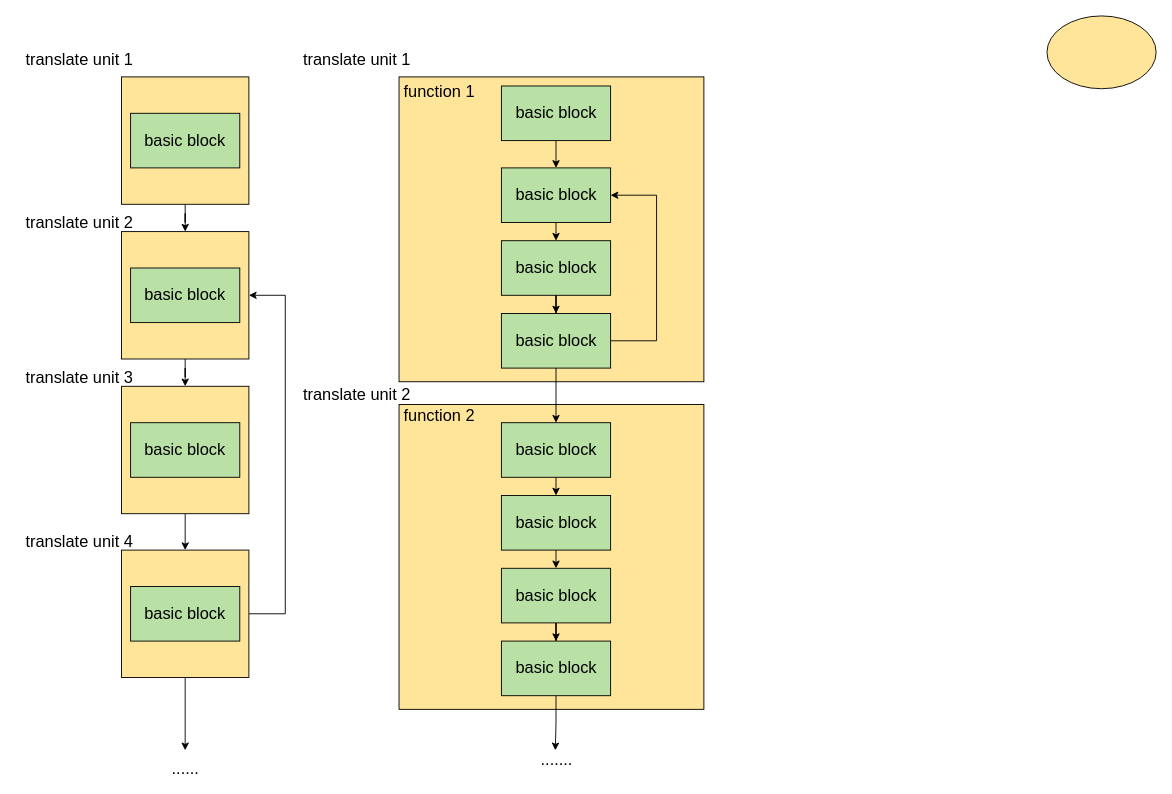
Before: page "Page-3" (3 of 29) of lajit.drawio in ganjue66da/ganjue66da, a draw.io diagram. Source tidied: cells renumbered, new cells numbered last; positions are measured from the earlier drawing's top-left corner, leaving out a move shared by most shapes. Both pictures are drawn from the tidied source at 91%, with x=0, y=0 at pixel (15, 15).
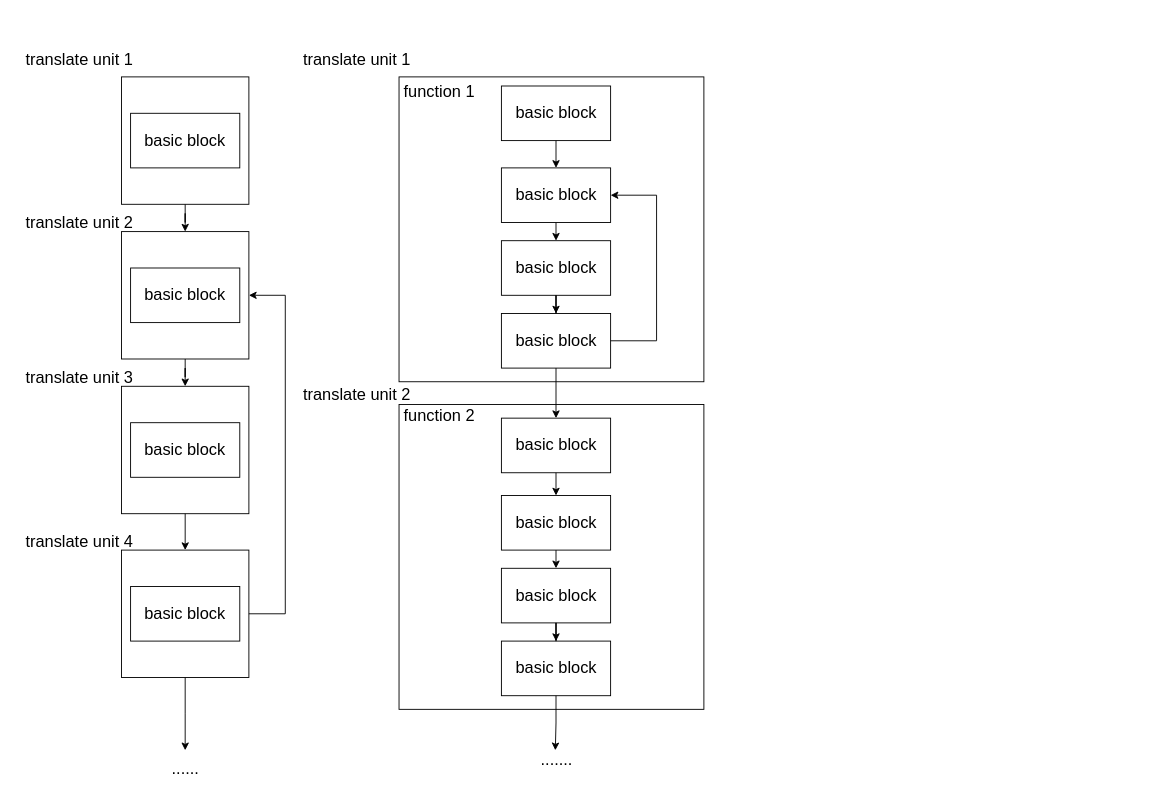
After the change.

The edit, as a diff of the source:
```diff
@@
-    <mxCell id="3" style="whiteSpace=wrap;html=1;fillColor=#FFE599;" parent="1" vertex="1">
+    <mxCell id="3" style="whiteSpace=wrap;html=1;fillColor=none;" parent="1" vertex="1">
       <mxGeometry x="116" y="67" width="140" height="140" as="geometry" />
     </mxCell>
@@
-    <mxCell id="5" value="&lt;font style=&quot;font-size: 18px&quot;&gt;basic block&lt;/font&gt;" style="rounded=0;whiteSpace=wrap;html=1;fillColor=#B9E0A5;" parent="1" vertex="1">
+    <mxCell id="5" value="&lt;font style=&quot;font-size: 18px&quot;&gt;basic block&lt;/font&gt;" style="rounded=0;whiteSpace=wrap;html=1;fillColor=none;" parent="1" vertex="1">
       <mxGeometry x="126" y="107" width="120" height="60" as="geometry" />
     </mxCell>
@@
-    <mxCell id="7" style="whiteSpace=wrap;html=1;fillColor=#FFE599;" parent="1" vertex="1">
+    <mxCell id="7" style="whiteSpace=wrap;html=1;fillColor=none;" parent="1" vertex="1">
       <mxGeometry x="116" y="237" width="140" height="140" as="geometry" />
     </mxCell>
-    <mxCell id="8" value="&lt;font style=&quot;font-size: 18px&quot;&gt;basic block&lt;/font&gt;" style="rounded=0;whiteSpace=wrap;html=1;fillColor=#B9E0A5;" parent="1" vertex="1">
+    <mxCell id="8" value="&lt;font style=&quot;font-size: 18px&quot;&gt;basic block&lt;/font&gt;" style="rounded=0;whiteSpace=wrap;html=1;fillColor=none;" parent="1" vertex="1">
       <mxGeometry x="126" y="277" width="120" height="60" as="geometry" />
     </mxCell>
@@
-    <mxCell id="10" style="whiteSpace=wrap;html=1;fillColor=#FFE599;" parent="1" vertex="1">
+    <mxCell id="10" style="whiteSpace=wrap;html=1;fillColor=none;" parent="1" vertex="1">
       <mxGeometry x="116" y="407" width="140" height="140" as="geometry" />
     </mxCell>
-    <mxCell id="11" value="&lt;font style=&quot;font-size: 18px&quot;&gt;basic block&lt;/font&gt;" style="rounded=0;whiteSpace=wrap;html=1;fillColor=#B9E0A5;" parent="1" vertex="1">
+    <mxCell id="11" value="&lt;font style=&quot;font-size: 18px&quot;&gt;basic block&lt;/font&gt;" style="rounded=0;whiteSpace=wrap;html=1;fillColor=none;" parent="1" vertex="1">
       <mxGeometry x="126" y="447" width="120" height="60" as="geometry" />
     </mxCell>
@@
-    <mxCell id="14" style="whiteSpace=wrap;html=1;fillColor=#FFE599;" parent="1" vertex="1">
+    <mxCell id="14" style="whiteSpace=wrap;html=1;fillColor=none;" parent="1" vertex="1">
       <mxGeometry x="116" y="587" width="140" height="140" as="geometry" />
     </mxCell>
-    <mxCell id="15" value="&lt;font style=&quot;font-size: 18px&quot;&gt;basic block&lt;/font&gt;" style="rounded=0;whiteSpace=wrap;html=1;fillColor=#B9E0A5;" parent="1" vertex="1">
+    <mxCell id="15" value="&lt;font style=&quot;font-size: 18px&quot;&gt;basic block&lt;/font&gt;" style="rounded=0;whiteSpace=wrap;html=1;fillColor=none;" parent="1" vertex="1">
       <mxGeometry x="126" y="627" width="120" height="60" as="geometry" />
     </mxCell>
@@
-    <mxCell id="20" style="whiteSpace=wrap;html=1;fillColor=#FFE599;" parent="1" vertex="1">
+    <mxCell id="20" style="whiteSpace=wrap;html=1;fillColor=none;" parent="1" vertex="1">
       <mxGeometry x="421" y="67" width="335" height="335" as="geometry" />
     </mxCell>
@@
-    <mxCell id="22" value="&lt;font style=&quot;font-size: 18px&quot;&gt;basic block&lt;/font&gt;" style="rounded=0;whiteSpace=wrap;html=1;fillColor=#B9E0A5;" parent="1" vertex="1">
+    <mxCell id="22" value="&lt;font style=&quot;font-size: 18px&quot;&gt;basic block&lt;/font&gt;" style="rounded=0;whiteSpace=wrap;html=1;fillColor=none;" parent="1" vertex="1">
       <mxGeometry x="533.5" y="77" width="120" height="60" as="geometry" />
     </mxCell>
@@
-    <mxCell id="24" value="&lt;font style=&quot;font-size: 18px&quot;&gt;basic block&lt;/font&gt;" style="rounded=0;whiteSpace=wrap;html=1;fillColor=#B9E0A5;" parent="1" vertex="1">
+    <mxCell id="24" value="&lt;font style=&quot;font-size: 18px&quot;&gt;basic block&lt;/font&gt;" style="rounded=0;whiteSpace=wrap;html=1;fillColor=none;" parent="1" vertex="1">
       <mxGeometry x="533.5" y="167" width="120" height="60" as="geometry" />
     </mxCell>
@@
-    <mxCell id="26" value="&lt;font style=&quot;font-size: 18px&quot;&gt;basic block&lt;/font&gt;" style="rounded=0;whiteSpace=wrap;html=1;fillColor=#B9E0A5;" parent="1" vertex="1">
+    <mxCell id="26" value="&lt;font style=&quot;font-size: 18px&quot;&gt;basic block&lt;/font&gt;" style="rounded=0;whiteSpace=wrap;html=1;fillColor=none;" parent="1" vertex="1">
       <mxGeometry x="533.5" y="247" width="120" height="60" as="geometry" />
     </mxCell>
@@
-    <mxCell id="28" value="&lt;font style=&quot;font-size: 18px&quot;&gt;basic block&lt;/font&gt;" style="rounded=0;whiteSpace=wrap;html=1;fillColor=#B9E0A5;" parent="1" vertex="1">
+    <mxCell id="28" value="&lt;font style=&quot;font-size: 18px&quot;&gt;basic block&lt;/font&gt;" style="rounded=0;whiteSpace=wrap;html=1;fillColor=none;" parent="1" vertex="1">
       <mxGeometry x="533.5" y="327" width="120" height="60" as="geometry" />
     </mxCell>
-    <mxCell id="29" style="whiteSpace=wrap;html=1;fillColor=#FFE599;" parent="1" vertex="1">
+    <mxCell id="29" style="whiteSpace=wrap;html=1;fillColor=none;" parent="1" vertex="1">
       <mxGeometry x="421" y="427" width="335" height="335" as="geometry" />
     </mxCell>
@@
-    <mxCell id="31" style="edgeStyle=orthogonalEdgeStyle;rounded=0;jettySize=auto;html=1;exitX=0.5;exitY=0;exitDx=0;exitDy=0;" parent="1" edge="1" source="32">
-      <mxGeometry relative="1" as="geometry">
-        <mxPoint x="593.5" y="482" as="targetPoint" />
-      </mxGeometry>
-    </mxCell>
-    <mxCell id="32" value="&lt;font style=&quot;font-size: 18px&quot;&gt;basic block&lt;/font&gt;" style="rounded=0;whiteSpace=wrap;html=1;fillColor=#B9E0A5;" parent="1" vertex="1">
-      <mxGeometry x="533.5" y="447" width="120" height="60" as="geometry" />
+    <mxCell id="32" value="&lt;font style=&quot;font-size: 18px&quot;&gt;basic block&lt;/font&gt;" style="rounded=0;whiteSpace=wrap;html=1;fillColor=none;" parent="1" vertex="1">
+      <mxGeometry x="533.5" y="442" width="120" height="60" as="geometry" />
     </mxCell>
@@
-    <mxCell id="34" value="&lt;font style=&quot;font-size: 18px&quot;&gt;basic block&lt;/font&gt;" style="rounded=0;whiteSpace=wrap;html=1;fillColor=#B9E0A5;" parent="1" vertex="1">
+    <mxCell id="34" value="&lt;font style=&quot;font-size: 18px&quot;&gt;basic block&lt;/font&gt;" style="rounded=0;whiteSpace=wrap;html=1;fillColor=none;" parent="1" vertex="1">
       <mxGeometry x="533.5" y="527" width="120" height="60" as="geometry" />
     </mxCell>
@@
-    <mxCell id="36" value="&lt;font style=&quot;font-size: 18px&quot;&gt;basic block&lt;/font&gt;" style="rounded=0;whiteSpace=wrap;html=1;fillColor=#B9E0A5;" parent="1" vertex="1">
+    <mxCell id="36" value="&lt;font style=&quot;font-size: 18px&quot;&gt;basic block&lt;/font&gt;" style="rounded=0;whiteSpace=wrap;html=1;fillColor=none;" parent="1" vertex="1">
       <mxGeometry x="533.5" y="607" width="120" height="60" as="geometry" />
     </mxCell>
@@
-    <mxCell id="38" value="&lt;font style=&quot;font-size: 18px&quot;&gt;basic block&lt;/font&gt;" style="rounded=0;whiteSpace=wrap;html=1;fillColor=#B9E0A5;" parent="1" vertex="1">
+    <mxCell id="38" value="&lt;font style=&quot;font-size: 18px&quot;&gt;basic block&lt;/font&gt;" style="rounded=0;whiteSpace=wrap;html=1;fillColor=none;" parent="1" vertex="1">
       <mxGeometry x="533.5" y="687" width="120" height="60" as="geometry" />
     </mxCell>
@@
-    <mxCell id="43" style="ellipse;whiteSpace=wrap;html=1;fillColor=#FFE599;" parent="1" vertex="1">
-      <mxGeometry x="1133" width="120" height="80" as="geometry" />
-    </mxCell>
```
